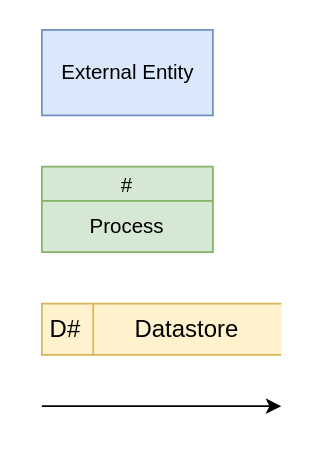
Above: page "DFD Symbols" (4 of 7) of UML Symbols.drawio in DamoM73/digital-solutions-text (draw.io), before the change. Source tidied: cells renumbered, new cells numbered last; positions are measured from the earlier drawing's top-left corner, leaving out a move shared by most shapes. Both pictures are drawn from the tidied source at 171%, with x=0, y=0 at pixel (41, 29).
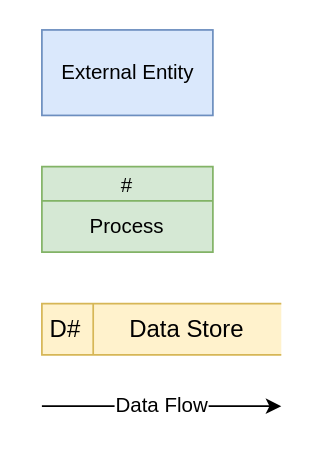
After the change.

The edit, as a diff of the source:
```diff
@@
 <mxGraphModel>
   <root>
     <mxCell id="0" />
     <mxCell id="1" parent="0" />
     <mxCell id="2" value="External Entity" style="html=1;dashed=0;whitespace=wrap;fillColor=#dae8fc;strokeColor=#6c8ebf;" parent="1" vertex="1">
       <mxGeometry width="100" height="50" as="geometry" />
     </mxCell>
     <mxCell id="3" value="#" style="swimlane;fontStyle=0;horizontal=1;startSize=20;fillColor=#d5e8d4;swimlaneFillColor=#D5E8D4;strokeColor=#82b366;" parent="1" vertex="1">
       <mxGeometry y="80" width="100" height="50" as="geometry" />
     </mxCell>
     <mxCell id="4" value="Process" style="text;html=1;strokeColor=none;fillColor=none;align=center;verticalAlign=middle;whiteSpace=wrap;rounded=0;" parent="3" vertex="1">
       <mxGeometry y="20" width="100" height="30" as="geometry" />
     </mxCell>
     <mxCell id="5" style="group;" parent="1" vertex="1">
       <mxGeometry y="160" width="140" height="30" as="geometry" />
     </mxCell>
     <mxCell id="6" value="D#" style="html=1;dashed=0;whitespace=wrap;shape=mxgraph.dfd.dataStoreID;align=left;spacingLeft=3;fontSize=14;fillColor=#fff2cc;strokeColor=#d6b656;" parent="5" vertex="1">
       <mxGeometry width="140" height="30" as="geometry" />
     </mxCell>
-    <mxCell id="7" value="Datastore" style="text;html=1;strokeColor=none;fillColor=none;align=center;verticalAlign=middle;whiteSpace=wrap;rounded=0;fontSize=14;" parent="5" vertex="1">
+    <mxCell id="7" value="Data Store" style="text;html=1;strokeColor=none;fillColor=none;align=center;verticalAlign=middle;whiteSpace=wrap;rounded=0;fontSize=14;" parent="5" vertex="1">
       <mxGeometry x="30" width="110" height="30" as="geometry" />
     </mxCell>
-    <mxCell id="8" style="endArrow=classic;html=1;rounded=0;" parent="1" edge="1">
+    <mxCell id="8" value="Data Flow" style="endArrow=classic;html=1;rounded=0;fontSize=12;" parent="1" edge="1">
       <mxGeometry relative="1" as="geometry">
         <mxPoint y="220" as="sourcePoint" />
         <mxPoint x="140" y="220" as="targetPoint" />
       </mxGeometry>
     </mxCell>
   </root>
 </mxGraphModel>
```
